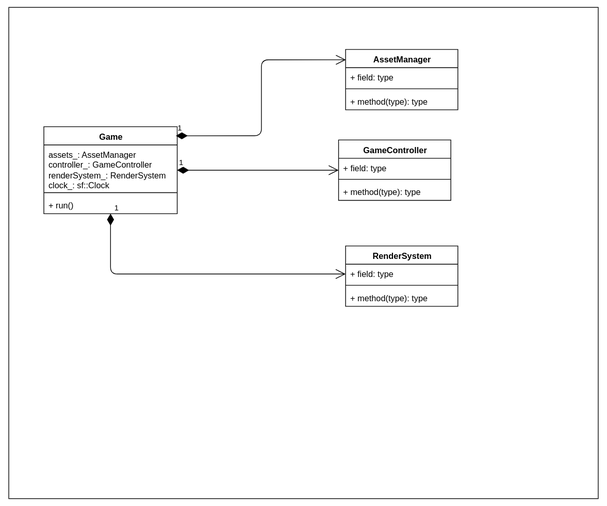
This is pokemon_docs/Untitled Diagram.svg from kkartikeya1998/GameEngine, a draw.io export, as it was before one commit. Source tidied: cells renumbered, new cells last; positions are measured from the earlier drawing's top-left corner, leaving out a move shared by most shapes.
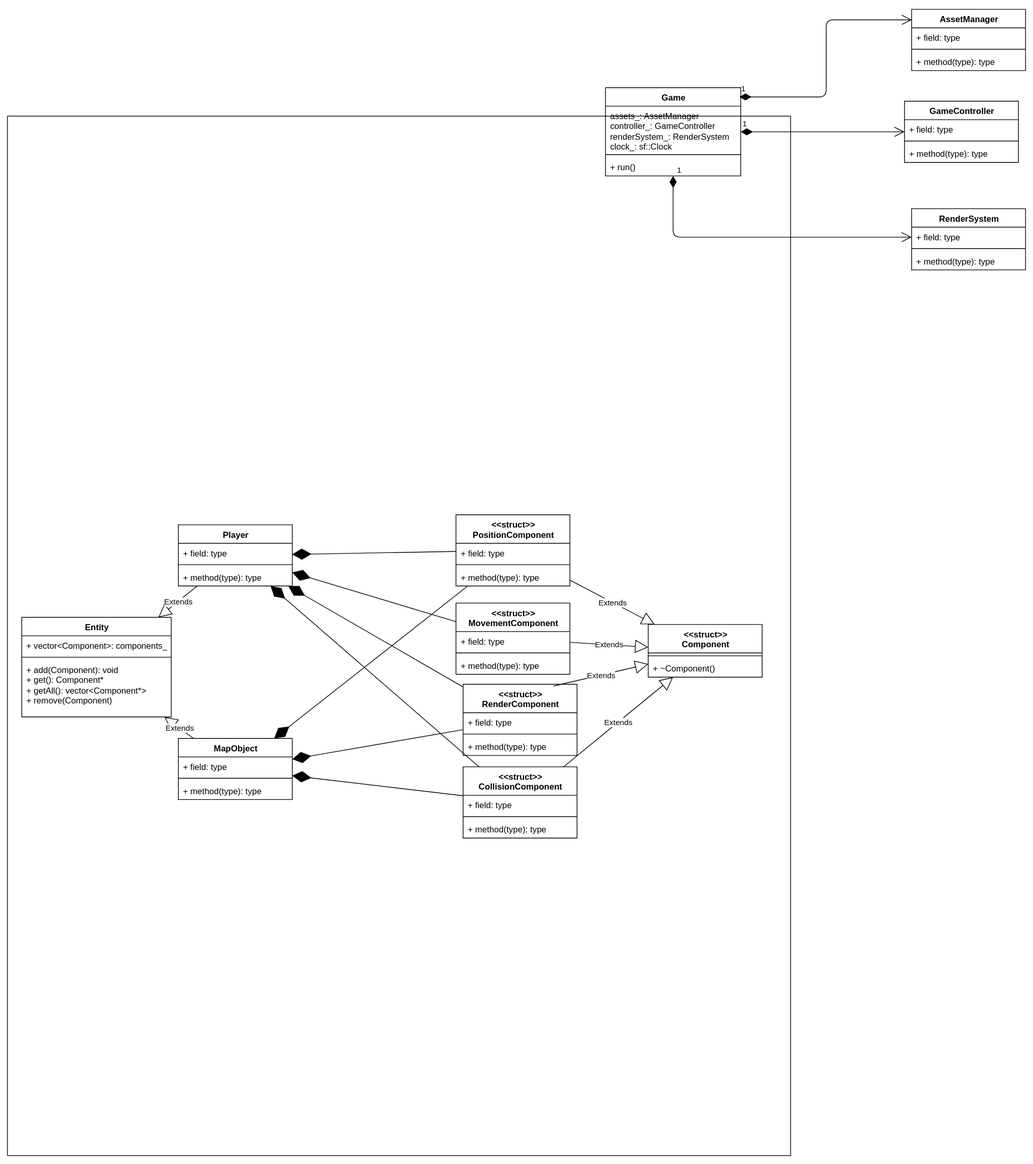
Later version of the same file.

Diff of the diagram source:
```diff
@@ -3,7 +3,7 @@
     <mxCell id="0" />
     <mxCell id="1" parent="0" />
     <mxCell id="2" style="rounded=0;whiteSpace=wrap;html=1;" parent="1" vertex="1">
-      <mxGeometry width="840" height="700" as="geometry" />
+      <mxGeometry x="-790" y="210" width="1100" height="1460" as="geometry" />
     </mxCell>
     <mxCell id="3" value="Game" style="swimlane;fontStyle=1;align=center;verticalAlign=top;horizontal=1;startSize=26;whiteSpace=wrap;html=1;" parent="1" vertex="1">
       <mxGeometry x="50" y="170" width="190" height="124" as="geometry" />
@@ -66,5 +66,137 @@
         </Array>
       </mxGeometry>
     </mxCell>
+    <mxCell id="22" value="Entity" style="swimlane;fontStyle=1;align=center;verticalAlign=top;horizontal=1;startSize=26;whiteSpace=wrap;html=1;" parent="1" vertex="1">
+      <mxGeometry x="-770" y="914" width="210" height="140" as="geometry" />
+    </mxCell>
+    <mxCell id="23" value="+ vector&amp;lt;Component&amp;gt;: components_" style="text;strokeColor=none;fillColor=none;align=left;verticalAlign=top;spacingLeft=4;spacingRight=4;overflow=hidden;whiteSpace=wrap;html=1;" parent="22" vertex="1">
+      <mxGeometry y="26" width="210" height="26" as="geometry" />
+    </mxCell>
+    <mxCell id="24" style="line;strokeWidth=1;fillColor=none;align=left;verticalAlign=middle;spacingTop=-1;spacingLeft=3;spacingRight=3;labelPosition=right;strokeColor=inherit;" parent="22" vertex="1">
+      <mxGeometry y="52" width="210" height="8" as="geometry" />
+    </mxCell>
+    <mxCell id="25" value="+ add(Component): void&lt;br&gt;+ get(): Component*&lt;br&gt;+ getAll(): vector&amp;lt;Component*&amp;gt;&lt;br&gt;+ remove(Component)&lt;br&gt;" style="text;strokeColor=none;fillColor=none;align=left;verticalAlign=top;spacingLeft=4;spacingRight=4;overflow=hidden;whiteSpace=wrap;html=1;" parent="22" vertex="1">
+      <mxGeometry y="60" width="210" height="80" as="geometry" />
+    </mxCell>
+    <mxCell id="26" value="&amp;lt;&amp;lt;struct&amp;gt;&amp;gt;&lt;br&gt;Component" style="swimlane;fontStyle=1;align=center;verticalAlign=top;horizontal=1;startSize=40;whiteSpace=wrap;html=1;" parent="1" vertex="1">
+      <mxGeometry x="110" y="924" width="160" height="74" as="geometry" />
+    </mxCell>
+    <mxCell id="27" style="line;strokeWidth=1;fillColor=none;align=left;verticalAlign=middle;spacingTop=-1;spacingLeft=3;spacingRight=3;labelPosition=right;strokeColor=inherit;" parent="26" vertex="1">
+      <mxGeometry y="40" width="160" height="8" as="geometry" />
+    </mxCell>
+    <mxCell id="28" value="+ ~Component()" style="text;strokeColor=none;fillColor=none;align=left;verticalAlign=top;spacingLeft=4;spacingRight=4;overflow=hidden;whiteSpace=wrap;html=1;" parent="26" vertex="1">
+      <mxGeometry y="48" width="160" height="26" as="geometry" />
+    </mxCell>
+    <mxCell id="29" value="Player" style="swimlane;fontStyle=1;align=center;verticalAlign=top;horizontal=1;startSize=26;whiteSpace=wrap;html=1;" parent="1" vertex="1">
+      <mxGeometry x="-550" y="784" width="160" height="86" as="geometry" />
+    </mxCell>
+    <mxCell id="30" value="+ field: type" style="text;strokeColor=none;fillColor=none;align=left;verticalAlign=top;spacingLeft=4;spacingRight=4;overflow=hidden;whiteSpace=wrap;html=1;" parent="29" vertex="1">
+      <mxGeometry y="26" width="160" height="26" as="geometry" />
+    </mxCell>
+    <mxCell id="31" style="line;strokeWidth=1;fillColor=none;align=left;verticalAlign=middle;spacingTop=-1;spacingLeft=3;spacingRight=3;labelPosition=right;strokeColor=inherit;" parent="29" vertex="1">
+      <mxGeometry y="52" width="160" height="8" as="geometry" />
+    </mxCell>
+    <mxCell id="32" value="+ method(type): type" style="text;strokeColor=none;fillColor=none;align=left;verticalAlign=top;spacingLeft=4;spacingRight=4;overflow=hidden;whiteSpace=wrap;html=1;" parent="29" vertex="1">
+      <mxGeometry y="60" width="160" height="26" as="geometry" />
+    </mxCell>
+    <mxCell id="33" value="MapObject" style="swimlane;fontStyle=1;align=center;verticalAlign=top;horizontal=1;startSize=26;whiteSpace=wrap;html=1;" parent="1" vertex="1">
+      <mxGeometry x="-550" y="1084" width="160" height="86" as="geometry" />
+    </mxCell>
+    <mxCell id="34" value="+ field: type" style="text;strokeColor=none;fillColor=none;align=left;verticalAlign=top;spacingLeft=4;spacingRight=4;overflow=hidden;whiteSpace=wrap;html=1;" parent="33" vertex="1">
+      <mxGeometry y="26" width="160" height="26" as="geometry" />
+    </mxCell>
+    <mxCell id="35" style="line;strokeWidth=1;fillColor=none;align=left;verticalAlign=middle;spacingTop=-1;spacingLeft=3;spacingRight=3;labelPosition=right;strokeColor=inherit;" parent="33" vertex="1">
+      <mxGeometry y="52" width="160" height="8" as="geometry" />
+    </mxCell>
+    <mxCell id="36" value="+ method(type): type" style="text;strokeColor=none;fillColor=none;align=left;verticalAlign=top;spacingLeft=4;spacingRight=4;overflow=hidden;whiteSpace=wrap;html=1;" parent="33" vertex="1">
+      <mxGeometry y="60" width="160" height="26" as="geometry" />
+    </mxCell>
+    <mxCell id="37" value="&amp;lt;&amp;lt;struct&amp;gt;&amp;gt;&lt;br&gt;PositionComponent" style="swimlane;fontStyle=1;align=center;verticalAlign=top;horizontal=1;startSize=40;whiteSpace=wrap;html=1;" parent="1" vertex="1">
+      <mxGeometry x="-160" y="770" width="160" height="100" as="geometry" />
+    </mxCell>
+    <mxCell id="38" value="+ field: type" style="text;strokeColor=none;fillColor=none;align=left;verticalAlign=top;spacingLeft=4;spacingRight=4;overflow=hidden;whiteSpace=wrap;html=1;" parent="37" vertex="1">
+      <mxGeometry y="40" width="160" height="26" as="geometry" />
+    </mxCell>
+    <mxCell id="39" style="line;strokeWidth=1;fillColor=none;align=left;verticalAlign=middle;spacingTop=-1;spacingLeft=3;spacingRight=3;labelPosition=right;strokeColor=inherit;" parent="37" vertex="1">
+      <mxGeometry y="66" width="160" height="8" as="geometry" />
+    </mxCell>
+    <mxCell id="40" value="+ method(type): type" style="text;strokeColor=none;fillColor=none;align=left;verticalAlign=top;spacingLeft=4;spacingRight=4;overflow=hidden;whiteSpace=wrap;html=1;" parent="37" vertex="1">
+      <mxGeometry y="74" width="160" height="26" as="geometry" />
+    </mxCell>
+    <mxCell id="41" value="&amp;lt;&amp;lt;struct&amp;gt;&amp;gt;&lt;br&gt;MovementComponent" style="swimlane;fontStyle=1;align=center;verticalAlign=top;horizontal=1;startSize=40;whiteSpace=wrap;html=1;" parent="1" vertex="1">
+      <mxGeometry x="-160" y="894" width="160" height="100" as="geometry" />
+    </mxCell>
+    <mxCell id="42" value="+ field: type" style="text;strokeColor=none;fillColor=none;align=left;verticalAlign=top;spacingLeft=4;spacingRight=4;overflow=hidden;whiteSpace=wrap;html=1;" parent="41" vertex="1">
+      <mxGeometry y="40" width="160" height="26" as="geometry" />
+    </mxCell>
+    <mxCell id="43" style="line;strokeWidth=1;fillColor=none;align=left;verticalAlign=middle;spacingTop=-1;spacingLeft=3;spacingRight=3;labelPosition=right;strokeColor=inherit;" parent="41" vertex="1">
+      <mxGeometry y="66" width="160" height="8" as="geometry" />
+    </mxCell>
+    <mxCell id="44" value="+ method(type): type" style="text;strokeColor=none;fillColor=none;align=left;verticalAlign=top;spacingLeft=4;spacingRight=4;overflow=hidden;whiteSpace=wrap;html=1;" parent="41" vertex="1">
+      <mxGeometry y="74" width="160" height="26" as="geometry" />
+    </mxCell>
+    <mxCell id="45" value="&amp;lt;&amp;lt;struct&amp;gt;&amp;gt;&lt;br&gt;RenderComponent" style="swimlane;fontStyle=1;align=center;verticalAlign=top;horizontal=1;startSize=40;whiteSpace=wrap;html=1;" parent="1" vertex="1">
+      <mxGeometry x="-150" y="1008" width="160" height="100" as="geometry" />
+    </mxCell>
+    <mxCell id="46" value="+ field: type" style="text;strokeColor=none;fillColor=none;align=left;verticalAlign=top;spacingLeft=4;spacingRight=4;overflow=hidden;whiteSpace=wrap;html=1;" parent="45" vertex="1">
+      <mxGeometry y="40" width="160" height="26" as="geometry" />
+    </mxCell>
+    <mxCell id="47" style="line;strokeWidth=1;fillColor=none;align=left;verticalAlign=middle;spacingTop=-1;spacingLeft=3;spacingRight=3;labelPosition=right;strokeColor=inherit;" parent="45" vertex="1">
+      <mxGeometry y="66" width="160" height="8" as="geometry" />
+    </mxCell>
+    <mxCell id="48" value="+ method(type): type" style="text;strokeColor=none;fillColor=none;align=left;verticalAlign=top;spacingLeft=4;spacingRight=4;overflow=hidden;whiteSpace=wrap;html=1;" parent="45" vertex="1">
+      <mxGeometry y="74" width="160" height="26" as="geometry" />
+    </mxCell>
+    <mxCell id="49" value="&amp;lt;&amp;lt;struct&amp;gt;&amp;gt;&lt;br&gt;CollisionComponent" style="swimlane;fontStyle=1;align=center;verticalAlign=top;horizontal=1;startSize=40;whiteSpace=wrap;html=1;" parent="1" vertex="1">
+      <mxGeometry x="-150" y="1124" width="160" height="100" as="geometry" />
+    </mxCell>
+    <mxCell id="50" value="+ field: type" style="text;strokeColor=none;fillColor=none;align=left;verticalAlign=top;spacingLeft=4;spacingRight=4;overflow=hidden;whiteSpace=wrap;html=1;" parent="49" vertex="1">
+      <mxGeometry y="40" width="160" height="26" as="geometry" />
+    </mxCell>
+    <mxCell id="51" style="line;strokeWidth=1;fillColor=none;align=left;verticalAlign=middle;spacingTop=-1;spacingLeft=3;spacingRight=3;labelPosition=right;strokeColor=inherit;" parent="49" vertex="1">
+      <mxGeometry y="66" width="160" height="8" as="geometry" />
+    </mxCell>
+    <mxCell id="52" value="+ method(type): type" style="text;strokeColor=none;fillColor=none;align=left;verticalAlign=top;spacingLeft=4;spacingRight=4;overflow=hidden;whiteSpace=wrap;html=1;" parent="49" vertex="1">
+      <mxGeometry y="74" width="160" height="26" as="geometry" />
+    </mxCell>
+    <mxCell id="53" value="Extends" style="endArrow=block;endSize=16;endFill=0;html=1;" parent="1" edge="1" source="37" target="26">
+      <mxGeometry relative="1" as="geometry" />
+    </mxCell>
+    <mxCell id="54" value="Extends" style="endArrow=block;endSize=16;endFill=0;html=1;" parent="1" edge="1" source="41" target="26">
+      <mxGeometry relative="1" as="geometry" />
+    </mxCell>
+    <mxCell id="55" value="Extends" style="endArrow=block;endSize=16;endFill=0;html=1;exitX=0.795;exitY=0.025;exitDx=0;exitDy=0;exitPerimeter=0;" parent="1" edge="1" source="45" target="26">
+      <mxGeometry relative="1" as="geometry" />
+    </mxCell>
+    <mxCell id="56" value="Extends" style="endArrow=block;endSize=16;endFill=0;html=1;" parent="1" edge="1" source="49" target="26">
+      <mxGeometry relative="1" as="geometry" />
+    </mxCell>
+    <mxCell id="57" value="Extends" style="endArrow=block;endSize=16;endFill=0;html=1;" parent="1" edge="1" source="29" target="22">
+      <mxGeometry relative="1" as="geometry" />
+    </mxCell>
+    <mxCell id="58" value="Extends" style="endArrow=block;endSize=16;endFill=0;html=1;" parent="1" edge="1" source="33" target="22">
+      <mxGeometry relative="1" as="geometry" />
+    </mxCell>
+    <mxCell id="59" style="endArrow=diamondThin;endFill=1;endSize=24;html=1;" parent="1" edge="1" source="37" target="29">
+      <mxGeometry relative="1" as="geometry" />
+    </mxCell>
+    <mxCell id="60" style="endArrow=diamondThin;endFill=1;endSize=24;html=1;" parent="1" edge="1" source="41" target="29">
+      <mxGeometry relative="1" as="geometry" />
+    </mxCell>
+    <mxCell id="61" style="endArrow=diamondThin;endFill=1;endSize=24;html=1;" parent="1" edge="1" source="45" target="29">
+      <mxGeometry relative="1" as="geometry" />
+    </mxCell>
+    <mxCell id="62" style="endArrow=diamondThin;endFill=1;endSize=24;html=1;" parent="1" edge="1" source="49" target="29">
+      <mxGeometry relative="1" as="geometry" />
+    </mxCell>
+    <mxCell id="63" style="endArrow=diamondThin;endFill=1;endSize=24;html=1;" parent="1" edge="1" source="37" target="33">
+      <mxGeometry relative="1" as="geometry" />
+    </mxCell>
+    <mxCell id="64" style="endArrow=diamondThin;endFill=1;endSize=24;html=1;" parent="1" edge="1" source="45" target="33">
+      <mxGeometry relative="1" as="geometry" />
+    </mxCell>
+    <mxCell id="65" style="endArrow=diamondThin;endFill=1;endSize=24;html=1;" parent="1" edge="1" source="49" target="33">
+      <mxGeometry relative="1" as="geometry" />
+    </mxCell>
   </root>
 </mxGraphModel>
```
